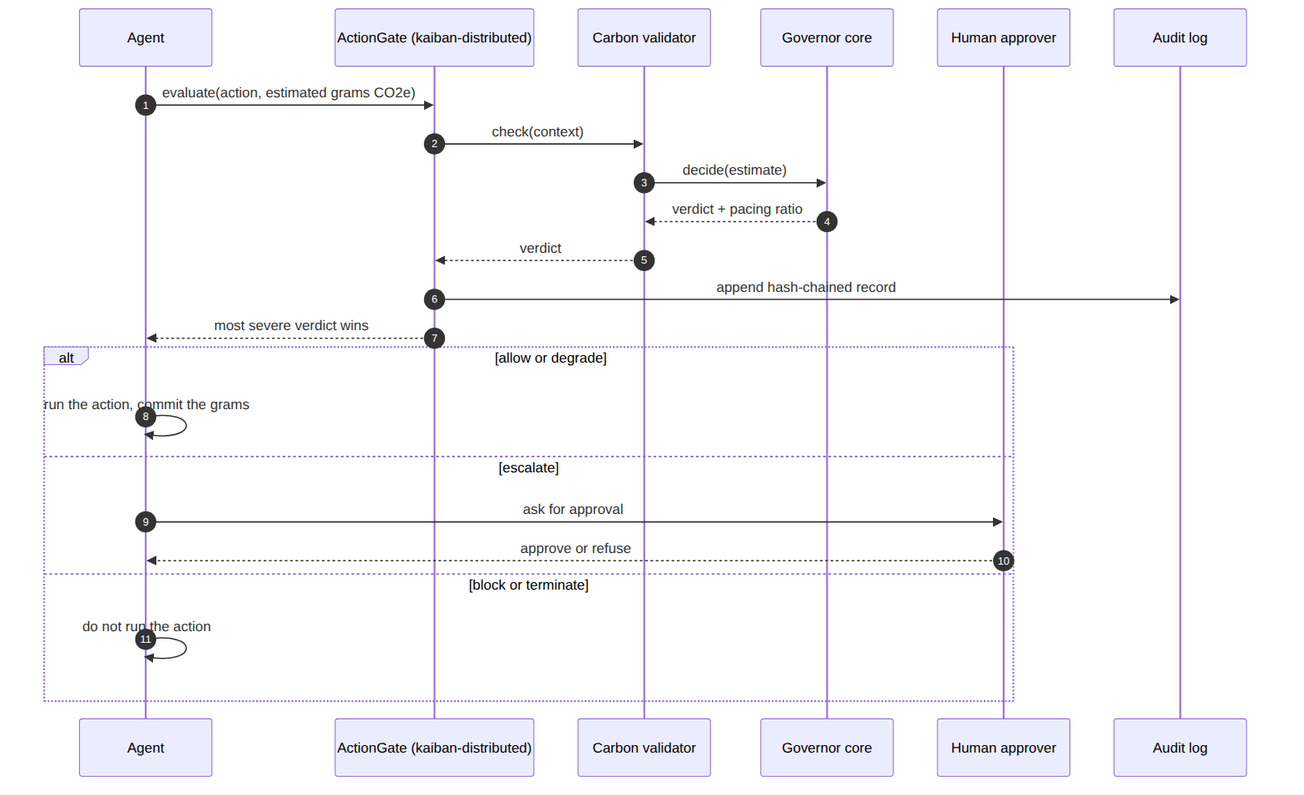
Earlier version of the Mermaid export docs/architecture/c4/runtime-governed-decision.png (andreibesleaga/sustainability-loop-eval). Its source is kept beside it as docs/architecture/c4/runtime-governed-decision.mmd. Source of this version:
```mermaid
sequenceDiagram
  autonumber
  participant A as Agent
  participant G as ActionGate (kaiban-distributed)
  participant V as Carbon validator
  participant C as Governor core
  participant H as Human approver
  participant L as Audit log

  A->>G: evaluate(action, estimated grams CO2e)
  G->>V: check(context)
  V->>C: decide(estimate)
  C-->>V: verdict + pacing ratio
  V-->>G: verdict
  G->>L: append hash-chained record
  G-->>A: most severe verdict wins
  alt allow or degrade
    A->>A: run the action, commit the grams
  else escalate
    A->>H: ask for approval
    H-->>A: approve or refuse
  else block or terminate
    A->>A: do not run the action
  end
```
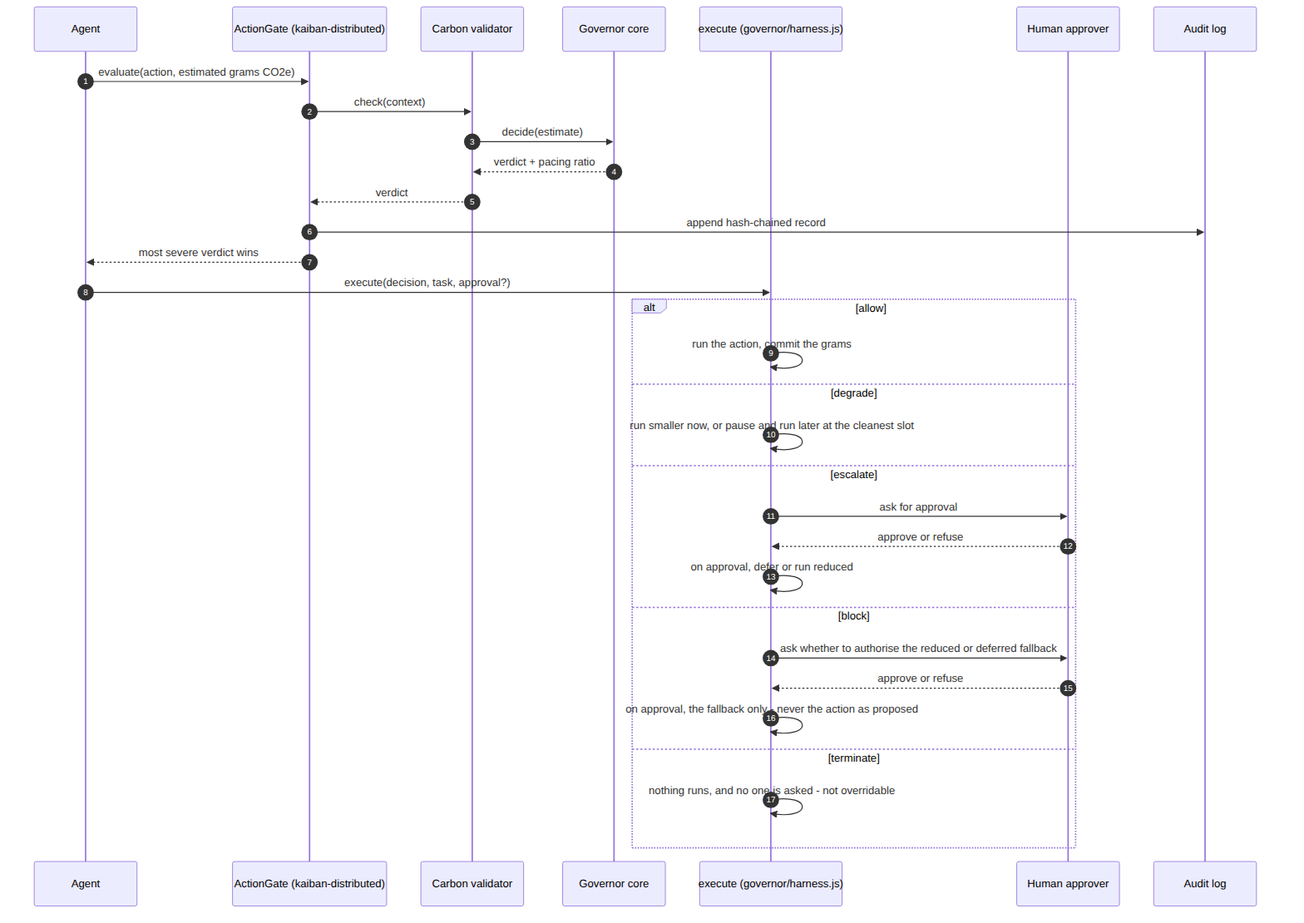
Later version of the same file.

The edit, as a diff of the source:
```diff
@@ -4,6 +4,7 @@
   participant G as ActionGate (kaiban-distributed)
   participant V as Carbon validator
   participant C as Governor core
+  participant X as execute (governor/harness.js)
   participant H as Human approver
   participant L as Audit log
 
@@ -14,11 +15,19 @@
   V-->>G: verdict
   G->>L: append hash-chained record
   G-->>A: most severe verdict wins
-  alt allow or degrade
-    A->>A: run the action, commit the grams
+  A->>X: execute(decision, task, approval?)
+  alt allow
+    X->>X: run the action, commit the grams
+  else degrade
+    X->>X: run smaller now, or pause and run later at the cleanest slot
   else escalate
-    A->>H: ask for approval
-    H-->>A: approve or refuse
-  else block or terminate
-    A->>A: do not run the action
+    X->>H: ask for approval
+    H-->>X: approve or refuse
+    X->>X: on approval, defer or run reduced
+  else block
+    X->>H: ask whether to authorise the reduced or deferred fallback
+    H-->>X: approve or refuse
+    X->>X: on approval, the fallback only - never the action as proposed
+  else terminate
+    X->>X: nothing runs, and no one is asked - not overridable
   end
```
